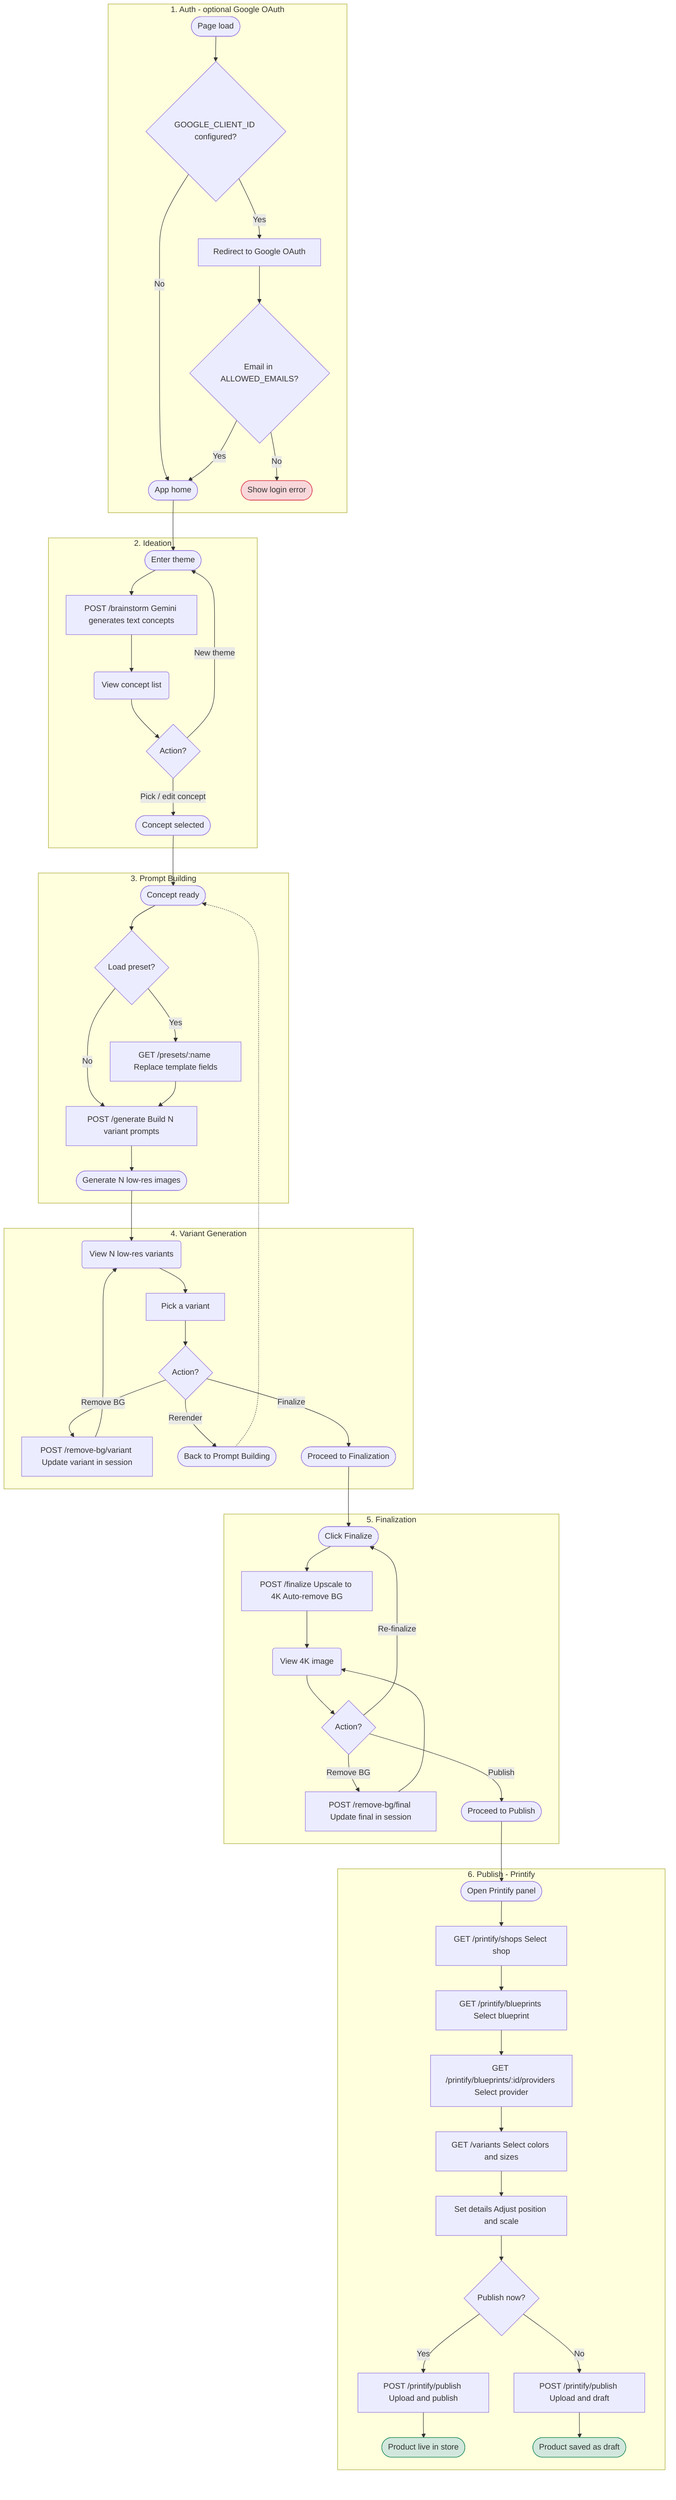
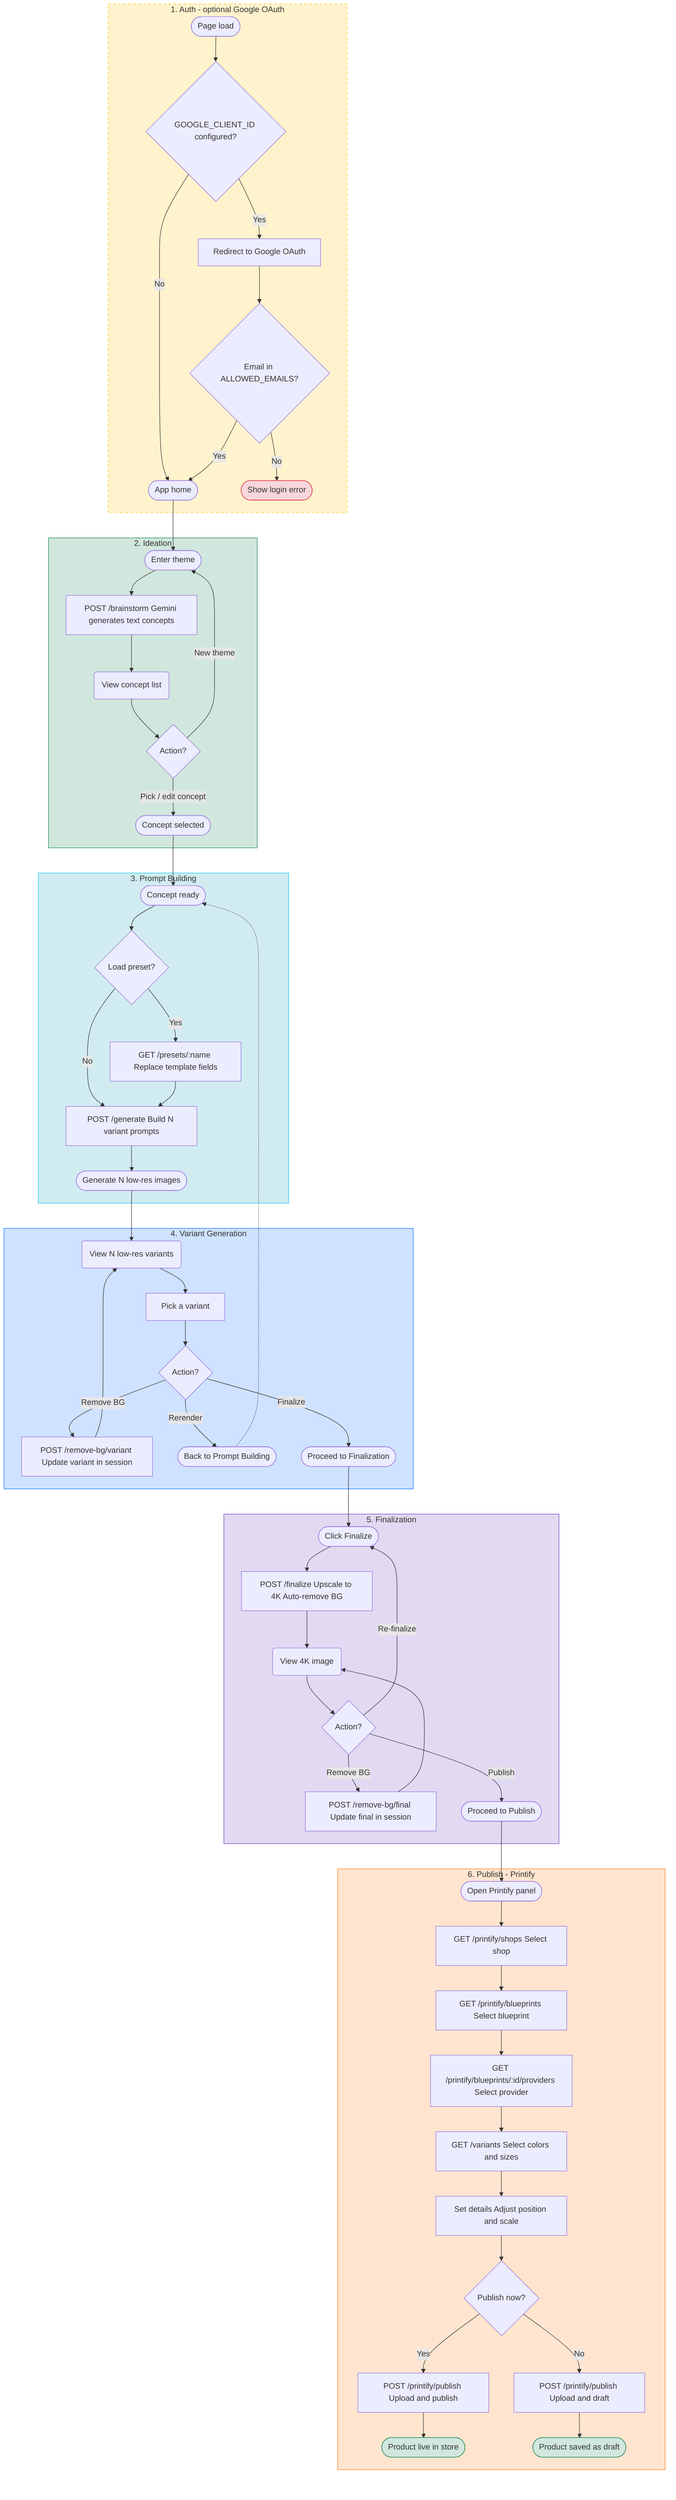
graph TD
    %% 1. Auth
    subgraph Auth [1. Auth - optional Google OAuth]
        PageLoad([Page load]) --> AuthEnabled{GOOGLE_CLIENT_ID configured?}
        AuthEnabled -- No --> AppHome([App home])
        AuthEnabled -- Yes --> OAuthRedirect[Redirect to Google OAuth]
        OAuthRedirect --> AllowlistCheck{Email in ALLOWED_EMAILS?}
        AllowlistCheck -- No --> LoginError([Show login error])
        AllowlistCheck -- Yes --> AppHome
    end

    %% 2. Ideation
    subgraph Ideation [2. Ideation]
        EnterTheme([Enter theme]) --> Brainstorm[POST /brainstorm Gemini generates text concepts]
        Brainstorm --> ViewConcepts(View concept list)
        ViewConcepts --> IdeationChoice{Action?}
        IdeationChoice -- "Pick / edit concept" --> ConceptSelected([Concept selected])
        IdeationChoice -- "New theme" --> EnterTheme
    end

    %% 3. Prompt Building
    subgraph PromptBuild [3. Prompt Building]
        ConceptIn([Concept ready]) --> LoadPreset{Load preset?}
        LoadPreset -- Yes --> ApplyPreset[GET /presets/:name Replace template fields]
        LoadPreset -- No --> BuildPrompts
        ApplyPreset --> BuildPrompts[POST /generate Build N variant prompts]
        BuildPrompts --> GenImages([Generate N low-res images])
    end

    %% 4. Variant Generation
    subgraph VariantGen [4. Variant Generation]
        ViewVariants(View N low-res variants) --> PickVariant[Pick a variant]
        PickVariant --> VariantChoice{Action?}
        VariantChoice -- "Remove BG" --> RemoveBGVariant[POST /remove-bg/variant Update variant in session]
        RemoveBGVariant --> ViewVariants
        VariantChoice -- "Rerender" --> RerenderVariants([Back to Prompt Building])
        VariantChoice -- "Finalize" --> ReadyToFinalize([Proceed to Finalization])
    end

    %% 5. Finalization
    subgraph Finalization [5. Finalization]
        ClickFinalize([Click Finalize]) --> Gen4K[POST /finalize Upscale to 4K Auto-remove BG]
        Gen4K --> View4K(View 4K image)
        View4K --> FinalChoice{Action?}
        FinalChoice -- "Remove BG" --> RemoveBGFinal[POST /remove-bg/final Update final in session]
        RemoveBGFinal --> View4K
        FinalChoice -- "Re-finalize" --> ClickFinalize
        FinalChoice -- "Publish" --> ReadyToPublish([Proceed to Publish])
    end

    %% 6. Publish
    subgraph Publish [6. Publish - Printify]
        OpenPrintify([Open Printify panel]) --> SelectShop[GET /printify/shops Select shop]
        SelectShop --> SelectBlueprint[GET /printify/blueprints Select blueprint]
        SelectBlueprint --> SelectProvider[GET /printify/blueprints/:id/providers Select provider]
        SelectProvider --> SelectVariants[GET /variants Select colors and sizes]
        SelectVariants --> SetDetails[Set details Adjust position and scale]
        SetDetails --> PublishChoice{Publish now?}
        PublishChoice -- Yes --> PublishNow[POST /printify/publish Upload and publish]
        PublishChoice -- No --> SaveDraft[POST /printify/publish Upload and draft]
        PublishNow --> Done([Product live in store])
        SaveDraft --> Done2([Product saved as draft])
    end

    %% Phase transitions
    AppHome --> EnterTheme
    ConceptSelected --> ConceptIn
    GenImages --> ViewVariants
    RerenderVariants -.-> ConceptIn
    ReadyToFinalize --> ClickFinalize
    ReadyToPublish --> OpenPrintify

    %% Styling
+     style Auth fill:#fff3cd,stroke:#ffc107,stroke-dasharray: 5 5
+     style Ideation fill:#d1e7dd,stroke:#198754
+     style PromptBuild fill:#d1ecf1,stroke:#0dcaf0
+     style VariantGen fill:#cfe2ff,stroke:#0d6efd
+     style Finalization fill:#e2d9f3,stroke:#6f42c1
+     style Publish fill:#ffe5d0,stroke:#fd7e14
    style LoginError fill:#f8d7da,stroke:#dc3545
    style Done fill:#d1e7dd,stroke:#198754
    style Done2 fill:#d1e7dd,stroke:#198754
